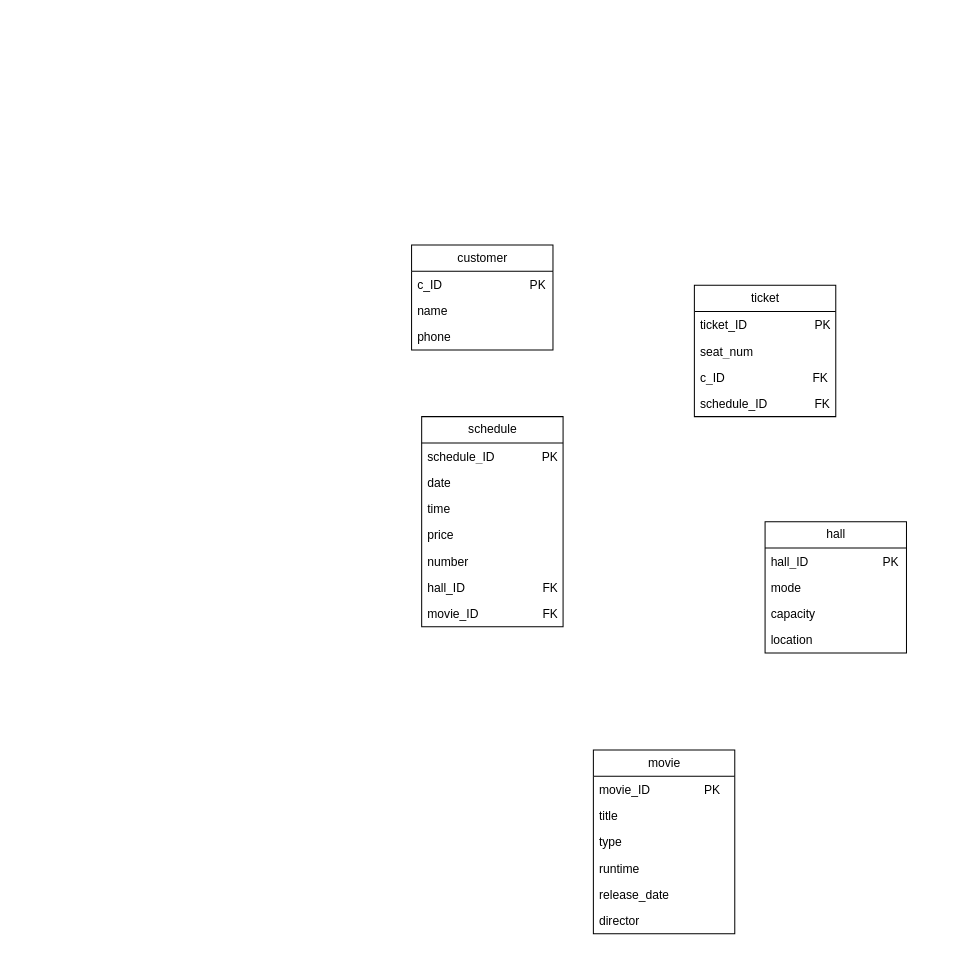
Husmzx/mzx_web.github.io keeps this draw.io diagram as 未命名绘图.drawio. Above is the earlier version. Source tidied: cells renumbered, new cells numbered last; positions are measured from the earlier drawing's top-left corner, leaving out a move shared by most shapes. Both pictures are drawn from the tidied source at 101%, with x=0, y=0 at pixel (411, 244).
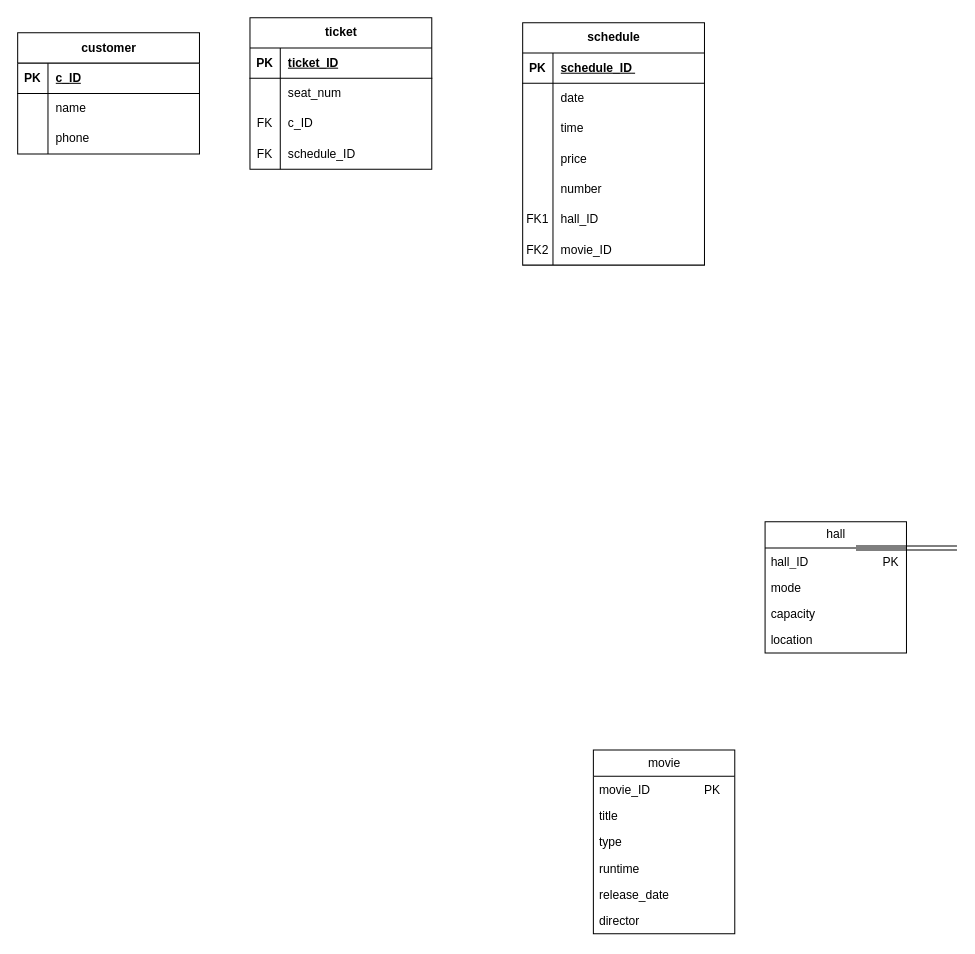
Above is the later version.

Commit message (it also covers changes not shown here):
更新未命名绘图.drawio

The edit, as a diff of the source:
```diff
@@
-    <mxCell id="2" value="ticket" style="swimlane;fontStyle=0;horizontal=1;startSize=26;fillColor=none;html=1;" parent="1" vertex="1">
-      <mxGeometry x="280" y="40" width="140" height="130" as="geometry" />
-    </mxCell>
-    <mxCell id="3" value="ticket_ID&amp;nbsp; &amp;nbsp; &amp;nbsp; &amp;nbsp; &amp;nbsp; &amp;nbsp; &amp;nbsp; &amp;nbsp; &amp;nbsp; &amp;nbsp; PK" style="text;strokeColor=none;fillColor=none;align=left;verticalAlign=top;spacingLeft=4;spacingRight=4;overflow=hidden;whiteSpace=wrap;html=1;" parent="2" vertex="1">
-      <mxGeometry y="26" width="140" height="26" as="geometry" />
-    </mxCell>
-    <mxCell id="4" value="seat_num" style="text;strokeColor=none;fillColor=none;align=left;verticalAlign=top;spacingLeft=4;spacingRight=4;overflow=hidden;whiteSpace=wrap;html=1;" parent="2" vertex="1">
-      <mxGeometry y="52" width="140" height="26" as="geometry" />
-    </mxCell>
-    <mxCell id="5" value="c_ID&amp;nbsp; &amp;nbsp; &amp;nbsp; &amp;nbsp; &amp;nbsp; &amp;nbsp; &amp;nbsp; &amp;nbsp; &amp;nbsp; &amp;nbsp; &amp;nbsp; &amp;nbsp; &amp;nbsp; FK" style="text;strokeColor=none;fillColor=none;align=left;verticalAlign=top;spacingLeft=4;spacingRight=4;overflow=hidden;whiteSpace=wrap;html=1;" parent="2" vertex="1">
-      <mxGeometry y="78" width="140" height="26" as="geometry" />
-    </mxCell>
-    <mxCell id="6" value="schedule_ID&amp;nbsp; &amp;nbsp; &amp;nbsp; &amp;nbsp; &amp;nbsp; &amp;nbsp; &amp;nbsp; FK" style="text;strokeColor=none;fillColor=none;align=left;verticalAlign=top;spacingLeft=4;spacingRight=4;overflow=hidden;whiteSpace=wrap;html=1;" parent="2" vertex="1">
-      <mxGeometry y="104" width="140" height="26" as="geometry" />
-    </mxCell>
-    <mxCell id="7" value="customer" style="swimlane;fontStyle=0;horizontal=1;startSize=26;fillColor=none;html=1;" parent="1" vertex="1">
-      <mxGeometry width="140" height="104" as="geometry" />
-    </mxCell>
-    <mxCell id="8" value="c_ID&amp;nbsp; &amp;nbsp; &amp;nbsp; &amp;nbsp; &amp;nbsp; &amp;nbsp; &amp;nbsp; &amp;nbsp; &amp;nbsp; &amp;nbsp; &amp;nbsp; &amp;nbsp; &amp;nbsp; PK" style="text;strokeColor=none;fillColor=none;align=left;verticalAlign=top;spacingLeft=4;spacingRight=4;overflow=hidden;whiteSpace=wrap;html=1;" parent="7" vertex="1">
-      <mxGeometry y="26" width="140" height="26" as="geometry" />
-    </mxCell>
-    <mxCell id="9" value="name" style="text;strokeColor=none;fillColor=none;align=left;verticalAlign=top;spacingLeft=4;spacingRight=4;overflow=hidden;whiteSpace=wrap;html=1;" parent="7" vertex="1">
-      <mxGeometry y="52" width="140" height="26" as="geometry" />
-    </mxCell>
-    <mxCell id="10" value="phone" style="text;strokeColor=none;fillColor=none;align=left;verticalAlign=top;spacingLeft=4;spacingRight=4;overflow=hidden;whiteSpace=wrap;html=1;" parent="7" vertex="1">
-      <mxGeometry y="78" width="140" height="26" as="geometry" />
-    </mxCell>
@@
-    <mxCell id="16" value="&lt;span style=&quot;text-align: left; text-wrap-mode: wrap;&quot;&gt;schedule&lt;/span&gt;" style="swimlane;fontStyle=0;horizontal=1;startSize=26;fillColor=none;html=1;" parent="1" vertex="1">
-      <mxGeometry x="10" y="170" width="140" height="208" as="geometry" />
-    </mxCell>
-    <mxCell id="17" value="schedule_ID&amp;nbsp; &amp;nbsp; &amp;nbsp; &amp;nbsp; &amp;nbsp; &amp;nbsp; &amp;nbsp; PK" style="text;strokeColor=none;fillColor=none;align=left;verticalAlign=top;spacingLeft=4;spacingRight=4;overflow=hidden;whiteSpace=wrap;html=1;" parent="16" vertex="1">
-      <mxGeometry y="26" width="140" height="26" as="geometry" />
-    </mxCell>
-    <mxCell id="18" value="date" style="text;strokeColor=none;fillColor=none;align=left;verticalAlign=top;spacingLeft=4;spacingRight=4;overflow=hidden;whiteSpace=wrap;html=1;" parent="16" vertex="1">
-      <mxGeometry y="52" width="140" height="26" as="geometry" />
-    </mxCell>
-    <mxCell id="19" value="time" style="text;strokeColor=none;fillColor=none;align=left;verticalAlign=top;spacingLeft=4;spacingRight=4;overflow=hidden;whiteSpace=wrap;html=1;" parent="16" vertex="1">
-      <mxGeometry y="78" width="140" height="26" as="geometry" />
-    </mxCell>
-    <mxCell id="20" value="price" style="text;strokeColor=none;fillColor=none;align=left;verticalAlign=top;spacingLeft=4;spacingRight=4;overflow=hidden;whiteSpace=wrap;html=1;" parent="16" vertex="1">
-      <mxGeometry y="104" width="140" height="26" as="geometry" />
-    </mxCell>
-    <mxCell id="21" value="number" style="text;strokeColor=none;fillColor=none;align=left;verticalAlign=top;spacingLeft=4;spacingRight=4;overflow=hidden;whiteSpace=wrap;html=1;" parent="16" vertex="1">
-      <mxGeometry y="130" width="140" height="26" as="geometry" />
-    </mxCell>
-    <mxCell id="22" value="hall_ID&amp;nbsp; &amp;nbsp; &amp;nbsp; &amp;nbsp; &amp;nbsp; &amp;nbsp; &amp;nbsp; &amp;nbsp; &amp;nbsp; &amp;nbsp; &amp;nbsp; &amp;nbsp;FK" style="text;strokeColor=none;fillColor=none;align=left;verticalAlign=top;spacingLeft=4;spacingRight=4;overflow=hidden;whiteSpace=wrap;html=1;" parent="16" vertex="1">
-      <mxGeometry y="156" width="140" height="26" as="geometry" />
-    </mxCell>
-    <mxCell id="23" value="movie_ID&amp;nbsp; &amp;nbsp; &amp;nbsp; &amp;nbsp; &amp;nbsp; &amp;nbsp; &amp;nbsp; &amp;nbsp; &amp;nbsp; &amp;nbsp;FK" style="text;strokeColor=none;fillColor=none;align=left;verticalAlign=top;spacingLeft=4;spacingRight=4;overflow=hidden;whiteSpace=wrap;html=1;" parent="16" vertex="1">
-      <mxGeometry y="182" width="140" height="26" as="geometry" />
-    </mxCell>
@@
+    <mxCell id="31" style="shape=link;html=1;rounded=0;" parent="1" edge="1">
+      <mxGeometry relative="1" as="geometry">
+        <mxPoint x="440" y="300" as="sourcePoint" />
+        <mxPoint x="540" y="300" as="targetPoint" />
+      </mxGeometry>
+    </mxCell>
+    <mxCell id="7" value="customer" style="shape=table;startSize=30;childLayout=tableLayout;rowLines=0;fontStyle=1;align=center;html=1;" parent="1" vertex="1">
+      <mxGeometry x="-390" y="-210" width="180" height="120" as="geometry" />
+    </mxCell>
+    <mxCell id="32" style="shape=tableRow;horizontal=0;startSize=0;swimlaneHead=0;swimlaneBody=0;fillColor=none;top=0;left=0;right=0;bottom=1;" parent="7" vertex="1">
+      <mxGeometry y="30" width="180" height="30" as="geometry" />
+    </mxCell>
+    <mxCell id="33" value="PK" style="shape=partialRectangle;fillColor=none;top=0;left=0;bottom=0;right=0;fontStyle=1;overflow=hidden;whiteSpace=wrap;html=1;" parent="32" vertex="1">
+      <mxGeometry width="30" height="30" as="geometry" />
+    </mxCell>
+    <mxCell id="34" value="c_ID" style="shape=partialRectangle;fillColor=none;top=0;left=0;bottom=0;right=0;align=left;spacingLeft=6;fontStyle=5;overflow=hidden;whiteSpace=wrap;html=1;" parent="32" vertex="1">
+      <mxGeometry x="30" width="150" height="30" as="geometry" />
+    </mxCell>
+    <mxCell id="35" style="shape=tableRow;horizontal=0;startSize=0;swimlaneHead=0;swimlaneBody=0;fillColor=none;top=0;left=0;right=0;bottom=0;" parent="7" vertex="1">
+      <mxGeometry y="60" width="180" height="30" as="geometry" />
+    </mxCell>
+    <mxCell id="36" style="shape=partialRectangle;fillColor=none;top=0;left=0;bottom=0;right=0;overflow=hidden;whiteSpace=wrap;html=1;" parent="35" vertex="1">
+      <mxGeometry width="30" height="30" as="geometry" />
+    </mxCell>
+    <mxCell id="9" value="name" style="shape=partialRectangle;fillColor=none;top=0;left=0;bottom=0;right=0;align=left;spacingLeft=6;overflow=hidden;whiteSpace=wrap;html=1;" parent="35" vertex="1">
+      <mxGeometry x="30" width="150" height="30" as="geometry" />
+    </mxCell>
+    <mxCell id="37" style="shape=tableRow;horizontal=0;startSize=0;swimlaneHead=0;swimlaneBody=0;fillColor=none;top=0;left=0;right=0;bottom=0;" parent="7" vertex="1">
+      <mxGeometry y="90" width="180" height="30" as="geometry" />
+    </mxCell>
+    <mxCell id="38" style="shape=partialRectangle;fillColor=none;top=0;left=0;bottom=0;right=0;overflow=hidden;whiteSpace=wrap;html=1;" parent="37" vertex="1">
+      <mxGeometry width="30" height="30" as="geometry" />
+    </mxCell>
+    <mxCell id="10" value="phone" style="shape=partialRectangle;fillColor=none;top=0;left=0;bottom=0;right=0;align=left;spacingLeft=6;overflow=hidden;whiteSpace=wrap;html=1;" parent="37" vertex="1">
+      <mxGeometry x="30" width="150" height="30" as="geometry" />
+    </mxCell>
+    <mxCell id="2" value="ticket" style="shape=table;startSize=30;childLayout=tableLayout;rowLines=0;fontStyle=1;align=center;html=1;" parent="1" vertex="1">
+      <mxGeometry x="-160" y="-225" width="180" height="150" as="geometry" />
+    </mxCell>
+    <mxCell id="39" style="shape=tableRow;horizontal=0;startSize=0;swimlaneHead=0;swimlaneBody=0;fillColor=none;top=0;left=0;right=0;bottom=1;" parent="2" vertex="1">
+      <mxGeometry y="30" width="180" height="30" as="geometry" />
+    </mxCell>
+    <mxCell id="40" value="PK" style="shape=partialRectangle;fillColor=none;top=0;left=0;bottom=0;right=0;fontStyle=1;overflow=hidden;whiteSpace=wrap;html=1;" parent="39" vertex="1">
+      <mxGeometry width="30" height="30" as="geometry" />
+    </mxCell>
+    <mxCell id="41" value="ticket_ID" style="shape=partialRectangle;fillColor=none;top=0;left=0;bottom=0;right=0;align=left;spacingLeft=6;fontStyle=5;overflow=hidden;whiteSpace=wrap;html=1;" parent="39" vertex="1">
+      <mxGeometry x="30" width="150" height="30" as="geometry" />
+    </mxCell>
+    <mxCell id="42" style="shape=tableRow;horizontal=0;startSize=0;swimlaneHead=0;swimlaneBody=0;fillColor=none;top=0;left=0;right=0;bottom=0;" parent="2" vertex="1">
+      <mxGeometry y="60" width="180" height="30" as="geometry" />
+    </mxCell>
+    <mxCell id="43" style="shape=partialRectangle;fillColor=none;top=0;left=0;bottom=0;right=0;overflow=hidden;whiteSpace=wrap;html=1;" parent="42" vertex="1">
+      <mxGeometry width="30" height="30" as="geometry" />
+    </mxCell>
+    <mxCell id="4" value="seat_num" style="shape=partialRectangle;fillColor=none;top=0;left=0;bottom=0;right=0;align=left;spacingLeft=6;overflow=hidden;whiteSpace=wrap;html=1;" parent="42" vertex="1">
+      <mxGeometry x="30" width="150" height="30" as="geometry" />
+    </mxCell>
+    <mxCell id="44" style="shape=tableRow;horizontal=0;startSize=0;swimlaneHead=0;swimlaneBody=0;fillColor=none;top=0;left=0;right=0;bottom=0;" parent="2" vertex="1">
+      <mxGeometry y="90" width="180" height="30" as="geometry" />
+    </mxCell>
+    <mxCell id="45" value="FK" style="shape=partialRectangle;fillColor=none;top=0;left=0;bottom=0;right=0;overflow=hidden;whiteSpace=wrap;html=1;" parent="44" vertex="1">
+      <mxGeometry width="30" height="30" as="geometry" />
+    </mxCell>
+    <mxCell id="46" value="c_ID&amp;nbsp;" style="shape=partialRectangle;fillColor=none;top=0;left=0;bottom=0;right=0;align=left;spacingLeft=6;overflow=hidden;whiteSpace=wrap;html=1;" parent="44" vertex="1">
+      <mxGeometry x="30" width="150" height="30" as="geometry" />
+    </mxCell>
+    <mxCell id="47" style="shape=tableRow;horizontal=0;startSize=0;swimlaneHead=0;swimlaneBody=0;fillColor=none;top=0;left=0;right=0;bottom=0;" parent="2" vertex="1">
+      <mxGeometry y="120" width="180" height="30" as="geometry" />
+    </mxCell>
+    <mxCell id="48" value="FK" style="shape=partialRectangle;fillColor=none;top=0;left=0;bottom=0;right=0;overflow=hidden;whiteSpace=wrap;html=1;" parent="47" vertex="1">
+      <mxGeometry width="30" height="30" as="geometry" />
+    </mxCell>
+    <mxCell id="49" value="schedule_ID" style="shape=partialRectangle;fillColor=none;top=0;left=0;bottom=0;right=0;align=left;spacingLeft=6;overflow=hidden;whiteSpace=wrap;html=1;" parent="47" vertex="1">
+      <mxGeometry x="30" width="150" height="30" as="geometry" />
+    </mxCell>
+    <mxCell id="16" value="&lt;span style=&quot;text-align: left; text-wrap-mode: wrap;&quot;&gt;schedule&lt;/span&gt;" style="shape=table;startSize=30;childLayout=tableLayout;rowLines=0;fontStyle=1;align=center;html=1;" parent="1" vertex="1">
+      <mxGeometry x="110" y="-220" width="180" height="240" as="geometry" />
+    </mxCell>
+    <mxCell id="50" style="shape=tableRow;horizontal=0;startSize=0;swimlaneHead=0;swimlaneBody=0;fillColor=none;top=0;left=0;right=0;bottom=1;" parent="16" vertex="1">
+      <mxGeometry y="30" width="180" height="30" as="geometry" />
+    </mxCell>
+    <mxCell id="51" value="PK" style="shape=partialRectangle;fillColor=none;top=0;left=0;bottom=0;right=0;fontStyle=1;overflow=hidden;whiteSpace=wrap;html=1;" parent="50" vertex="1">
+      <mxGeometry width="30" height="30" as="geometry" />
+    </mxCell>
+    <mxCell id="52" value="schedule_ID&lt;span style=&quot;font-weight: 400;&quot;&gt;&amp;nbsp;&lt;/span&gt;" style="shape=partialRectangle;fillColor=none;top=0;left=0;bottom=0;right=0;align=left;spacingLeft=6;fontStyle=5;overflow=hidden;whiteSpace=wrap;html=1;" parent="50" vertex="1">
+      <mxGeometry x="30" width="150" height="30" as="geometry" />
+    </mxCell>
+    <mxCell id="53" style="shape=tableRow;horizontal=0;startSize=0;swimlaneHead=0;swimlaneBody=0;fillColor=none;top=0;left=0;right=0;bottom=0;" parent="16" vertex="1">
+      <mxGeometry y="60" width="180" height="30" as="geometry" />
+    </mxCell>
+    <mxCell id="54" style="shape=partialRectangle;fillColor=none;top=0;left=0;bottom=0;right=0;overflow=hidden;whiteSpace=wrap;html=1;" parent="53" vertex="1">
+      <mxGeometry width="30" height="30" as="geometry" />
+    </mxCell>
+    <mxCell id="18" value="date" style="shape=partialRectangle;fillColor=none;top=0;left=0;bottom=0;right=0;align=left;spacingLeft=6;overflow=hidden;whiteSpace=wrap;html=1;" parent="53" vertex="1">
+      <mxGeometry x="30" width="150" height="30" as="geometry" />
+    </mxCell>
+    <mxCell id="55" style="shape=tableRow;horizontal=0;startSize=0;swimlaneHead=0;swimlaneBody=0;fillColor=none;top=0;left=0;right=0;bottom=0;" parent="16" vertex="1">
+      <mxGeometry y="90" width="180" height="30" as="geometry" />
+    </mxCell>
+    <mxCell id="56" style="shape=partialRectangle;fillColor=none;top=0;left=0;bottom=0;right=0;overflow=hidden;whiteSpace=wrap;html=1;" parent="55" vertex="1">
+      <mxGeometry width="30" height="30" as="geometry" />
+    </mxCell>
+    <mxCell id="19" value="time" style="shape=partialRectangle;fillColor=none;top=0;left=0;bottom=0;right=0;align=left;spacingLeft=6;overflow=hidden;whiteSpace=wrap;html=1;" parent="55" vertex="1">
+      <mxGeometry x="30" width="150" height="30" as="geometry" />
+    </mxCell>
+    <mxCell id="57" style="shape=tableRow;horizontal=0;startSize=0;swimlaneHead=0;swimlaneBody=0;fillColor=none;top=0;left=0;right=0;bottom=0;" parent="16" vertex="1">
+      <mxGeometry y="120" width="180" height="30" as="geometry" />
+    </mxCell>
+    <mxCell id="58" style="shape=partialRectangle;fillColor=none;top=0;left=0;bottom=0;right=0;overflow=hidden;whiteSpace=wrap;html=1;" parent="57" vertex="1">
+      <mxGeometry width="30" height="30" as="geometry" />
+    </mxCell>
+    <mxCell id="20" value="price" style="shape=partialRectangle;fillColor=none;top=0;left=0;bottom=0;right=0;align=left;spacingLeft=6;overflow=hidden;whiteSpace=wrap;html=1;" parent="57" vertex="1">
+      <mxGeometry x="30" width="150" height="30" as="geometry" />
+    </mxCell>
+    <mxCell id="59" style="shape=tableRow;horizontal=0;startSize=0;swimlaneHead=0;swimlaneBody=0;fillColor=none;top=0;left=0;right=0;bottom=0;" parent="16" vertex="1">
+      <mxGeometry y="150" width="180" height="30" as="geometry" />
+    </mxCell>
+    <mxCell id="60" style="shape=partialRectangle;fillColor=none;top=0;left=0;bottom=0;right=0;overflow=hidden;whiteSpace=wrap;html=1;" parent="59" vertex="1">
+      <mxGeometry width="30" height="30" as="geometry" />
+    </mxCell>
+    <mxCell id="21" value="number" style="shape=partialRectangle;fillColor=none;top=0;left=0;bottom=0;right=0;align=left;spacingLeft=6;overflow=hidden;whiteSpace=wrap;html=1;" parent="59" vertex="1">
+      <mxGeometry x="30" width="150" height="30" as="geometry" />
+    </mxCell>
+    <mxCell id="61" style="shape=tableRow;horizontal=0;startSize=0;swimlaneHead=0;swimlaneBody=0;fillColor=none;top=0;left=0;right=0;bottom=0;" parent="16" vertex="1">
+      <mxGeometry y="180" width="180" height="30" as="geometry" />
+    </mxCell>
+    <mxCell id="62" value="FK1" style="shape=partialRectangle;fillColor=none;top=0;left=0;bottom=0;right=0;overflow=hidden;whiteSpace=wrap;html=1;" parent="61" vertex="1">
+      <mxGeometry width="30" height="30" as="geometry" />
+    </mxCell>
+    <mxCell id="63" value="hall_ID" style="shape=partialRectangle;fillColor=none;top=0;left=0;bottom=0;right=0;align=left;spacingLeft=6;overflow=hidden;whiteSpace=wrap;html=1;" parent="61" vertex="1">
+      <mxGeometry x="30" width="150" height="30" as="geometry" />
+    </mxCell>
+    <mxCell id="64" style="shape=tableRow;horizontal=0;startSize=0;swimlaneHead=0;swimlaneBody=0;fillColor=none;top=0;left=0;right=0;bottom=0;" parent="16" vertex="1">
+      <mxGeometry y="210" width="180" height="30" as="geometry" />
+    </mxCell>
+    <mxCell id="65" value="FK2" style="shape=partialRectangle;fillColor=none;top=0;left=0;bottom=0;right=0;overflow=hidden;whiteSpace=wrap;html=1;" parent="64" vertex="1">
+      <mxGeometry width="30" height="30" as="geometry" />
+    </mxCell>
+    <mxCell id="66" value="movie_ID" style="shape=partialRectangle;fillColor=none;top=0;left=0;bottom=0;right=0;align=left;spacingLeft=6;overflow=hidden;whiteSpace=wrap;html=1;" parent="64" vertex="1">
+      <mxGeometry x="30" width="150" height="30" as="geometry" />
+    </mxCell>
```
